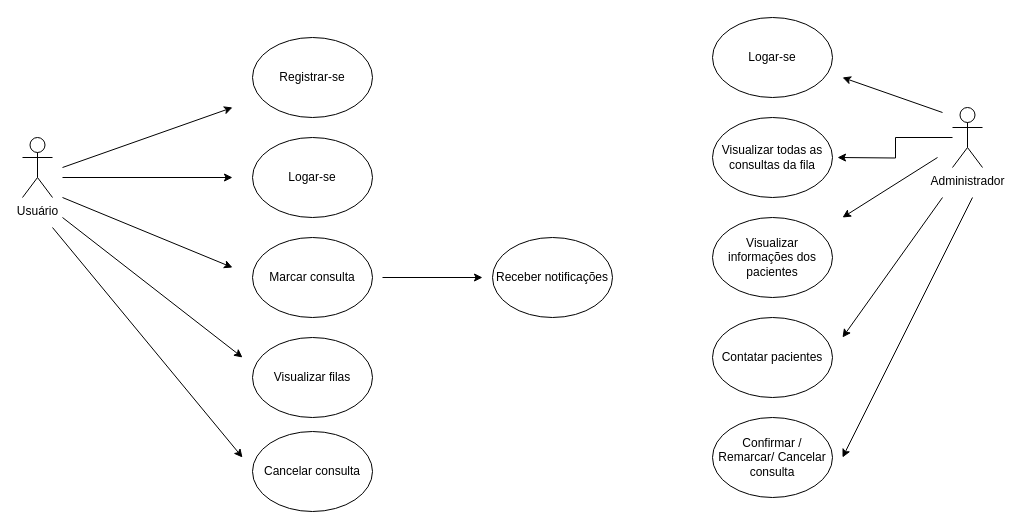
Above: DiagramaDeCasoDeUso.drawio in Scoorpioon/FastHealth (draw.io), before the change. Source tidied: cells renumbered, new cells numbered last; positions are measured from the earlier drawing's top-left corner, leaving out a move shared by most shapes. Both pictures are drawn from the tidied source at 100%, with x=0, y=0 at pixel (22, 17).
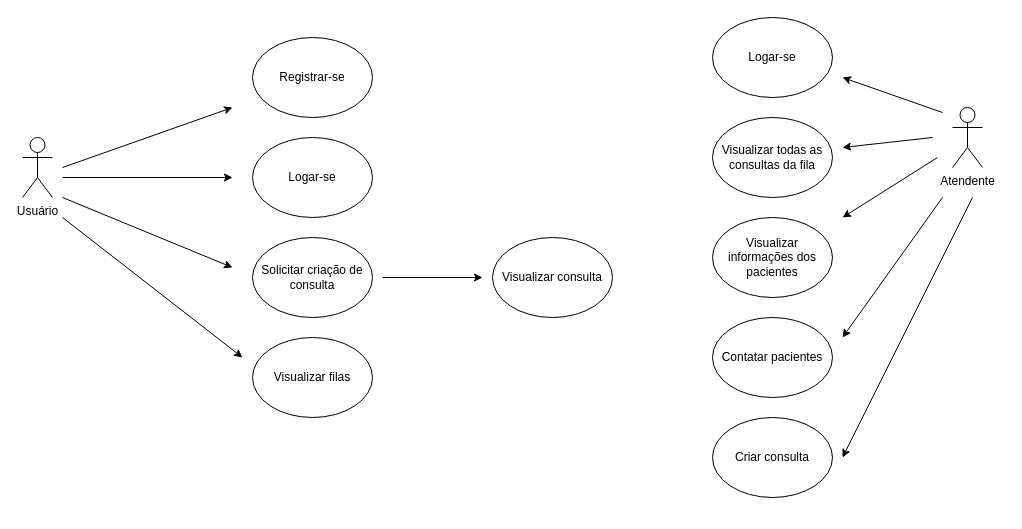
The same diagram, later.

Commit message:
Correção rápida

Change to the diagram source:
```diff
@@
-    <mxCell id="4" style="edgeStyle=orthogonalEdgeStyle;rounded=0;jettySize=auto;html=1;" parent="1" edge="1" source="5">
-      <mxGeometry relative="1" as="geometry">
-        <mxPoint x="815" y="140" as="targetPoint" />
-      </mxGeometry>
-    </mxCell>
-    <mxCell id="5" value="Administrador" style="shape=umlActor;verticalLabelPosition=bottom;verticalAlign=top;html=1;outlineConnect=0;" parent="1" vertex="1">
+    <mxCell id="5" value="Atendente" style="shape=umlActor;verticalLabelPosition=bottom;verticalAlign=top;html=1;outlineConnect=0;" parent="1" vertex="1">
       <mxGeometry x="930" y="90" width="30" height="60" as="geometry" />
     </mxCell>
@@
-    <mxCell id="7" value="Marcar consulta" style="ellipse;whiteSpace=wrap;html=1;" parent="1" vertex="1">
+    <mxCell id="7" value="Solicitar criação de consulta" style="ellipse;whiteSpace=wrap;html=1;" parent="1" vertex="1">
       <mxGeometry x="230" y="220" width="120" height="80" as="geometry" />
     </mxCell>
@@
-    <mxCell id="16" style="endArrow=classic;html=1;rounded=0;" parent="1" edge="1">
-      <mxGeometry relative="1" as="geometry">
-        <mxPoint x="30" y="210" as="sourcePoint" />
-        <mxPoint x="220" y="440" as="targetPoint" />
-      </mxGeometry>
-    </mxCell>
-    <mxCell id="17" value="Cancelar consulta" style="ellipse;whiteSpace=wrap;html=1;" parent="1" vertex="1">
-      <mxGeometry x="230" y="414" width="120" height="80" as="geometry" />
-    </mxCell>
@@
-    <mxCell id="19" value="Receber notificações" style="ellipse;whiteSpace=wrap;html=1;" parent="1" vertex="1">
+    <mxCell id="19" value="Visualizar consulta" style="ellipse;whiteSpace=wrap;html=1;" parent="1" vertex="1">
       <mxGeometry x="470" y="220" width="120" height="80" as="geometry" />
     </mxCell>
@@
-    <mxCell id="24" value="Confirmar / Remarcar/ Cancelar consulta" style="ellipse;whiteSpace=wrap;html=1;" parent="1" vertex="1">
+    <mxCell id="24" value="Criar consulta" style="ellipse;whiteSpace=wrap;html=1;" parent="1" vertex="1">
       <mxGeometry x="690" y="400" width="120" height="80" as="geometry" />
     </mxCell>
@@
+    <mxCell id="26" style="endArrow=classic;html=1;rounded=0;" parent="1" edge="1">
+      <mxGeometry relative="1" as="geometry">
+        <mxPoint x="910" y="120" as="sourcePoint" />
+        <mxPoint x="820" y="130" as="targetPoint" />
+      </mxGeometry>
+    </mxCell>
```
